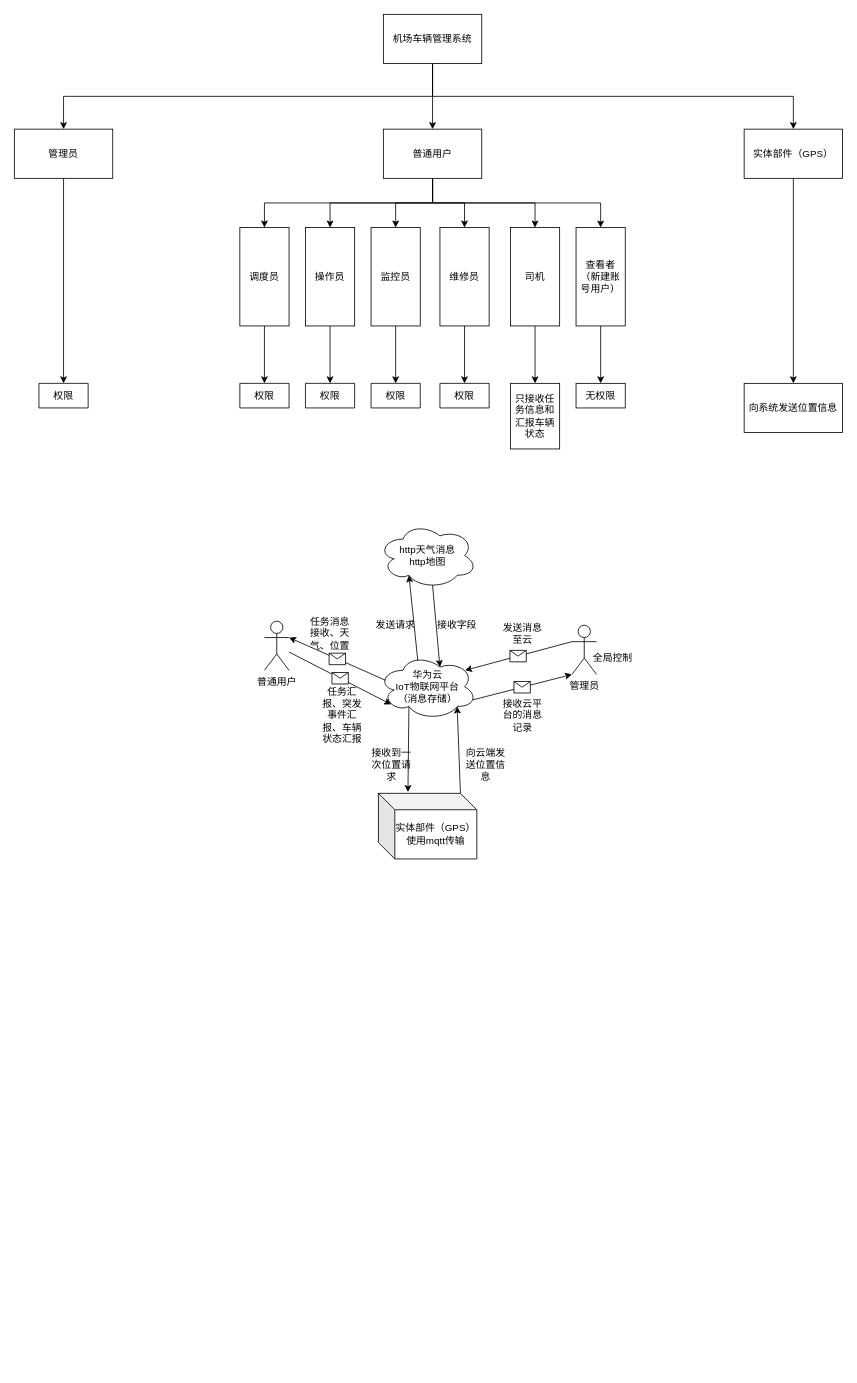
Above: 汽车管理系统位图.drawio in Corkedmzx/-airport-vehicle-system (draw.io), before the change. Source tidied: cells renumbered, new cells numbered last; positions are measured from the earlier drawing's top-left corner, leaving out a move shared by most shapes. Both pictures are drawn from the tidied source at 82%, with x=0, y=0 at pixel (14, 14).
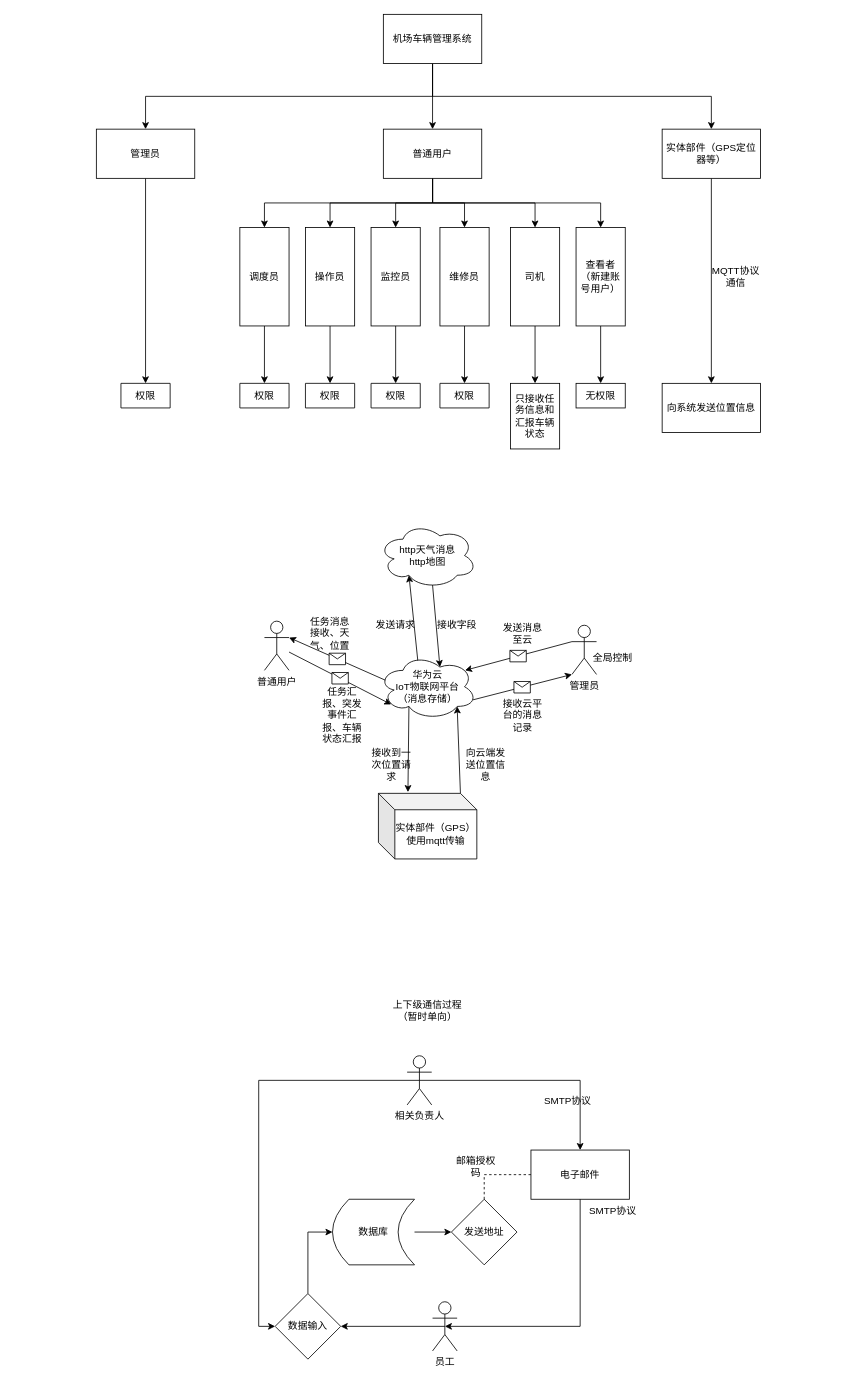
After the change.

Change to the diagram source:
```diff
@@
     <mxCell id="14" value="管理员" style="rounded=0;whiteSpace=wrap;html=1;" parent="1" vertex="1">
-      <mxGeometry y="140" width="120" height="60" as="geometry" />
+      <mxGeometry x="100" y="140" width="120" height="60" as="geometry" />
     </mxCell>
@@
-    <mxCell id="16" value="实体部件（GPS）" style="rounded=0;whiteSpace=wrap;html=1;" parent="1" vertex="1">
-      <mxGeometry x="890" y="140" width="120" height="60" as="geometry" />
+    <mxCell id="16" value="实体部件（GPS定位器等）" style="rounded=0;whiteSpace=wrap;html=1;" parent="1" vertex="1">
+      <mxGeometry x="790" y="140" width="120" height="60" as="geometry" />
     </mxCell>
@@
     <mxCell id="29" value="权限" style="swimlane;fontStyle=0;horizontal=1;startSize=30;whiteSpace=wrap;html=1;" parent="1" vertex="1" collapsed="1">
-      <mxGeometry x="30" y="450" width="60" height="30" as="geometry" />
+      <mxGeometry x="130" y="450" width="60" height="30" as="geometry" />
     </mxCell>
@@
     <mxCell id="36" value="向系统发送位置信息" style="rounded=0;whiteSpace=wrap;html=1;" parent="1" vertex="1">
-      <mxGeometry x="890" y="450" width="120" height="60" as="geometry" />
+      <mxGeometry x="790" y="450" width="120" height="60" as="geometry" />
     </mxCell>
@@
+    <mxCell id="63" style="edgeStyle=orthogonalEdgeStyle;rounded=0;jettySize=auto;html=1;exitX=0.5;exitY=0.5;exitDx=0;exitDy=0;exitPerimeter=0;entryX=0;entryY=0.5;entryDx=0;entryDy=0;" parent="1" edge="1" source="65" target="73">
+      <mxGeometry relative="1" as="geometry" />
+    </mxCell>
+    <mxCell id="64" style="edgeStyle=orthogonalEdgeStyle;rounded=0;jettySize=auto;html=1;exitX=0.5;exitY=0.5;exitDx=0;exitDy=0;exitPerimeter=0;" parent="1" edge="1" source="65" target="71">
+      <mxGeometry relative="1" as="geometry" />
+    </mxCell>
+    <mxCell id="65" value="相关负责人" style="shape=umlActor;verticalLabelPosition=bottom;verticalAlign=top;html=1;outlineConnect=0;" parent="1" vertex="1">
+      <mxGeometry x="479" y="1270" width="30" height="60" as="geometry" />
+    </mxCell>
+    <mxCell id="66" style="edgeStyle=orthogonalEdgeStyle;rounded=0;jettySize=auto;html=1;exitX=0.5;exitY=0.5;exitDx=0;exitDy=0;exitPerimeter=0;entryX=1;entryY=0.5;entryDx=0;entryDy=0;" parent="1" edge="1" source="67" target="73">
+      <mxGeometry relative="1" as="geometry" />
+    </mxCell>
+    <mxCell id="67" value="员工" style="shape=umlActor;verticalLabelPosition=bottom;verticalAlign=top;html=1;outlineConnect=0;" parent="1" vertex="1">
+      <mxGeometry x="510" y="1570" width="30" height="60" as="geometry" />
+    </mxCell>
+    <mxCell id="68" value="上下级通信过程（暂时单向）" style="text;html=1;whiteSpace=wrap;strokeColor=none;fillColor=none;align=center;verticalAlign=middle;rounded=0;" parent="1" vertex="1">
+      <mxGeometry x="454" y="1200" width="100" height="30" as="geometry" />
+    </mxCell>
+    <mxCell id="69" style="edgeStyle=orthogonalEdgeStyle;rounded=0;jettySize=auto;html=1;exitX=1;exitY=0.5;exitDx=0;exitDy=0;entryX=0;entryY=0.5;entryDx=0;entryDy=0;" parent="1" edge="1" source="70" target="76">
+      <mxGeometry relative="1" as="geometry" />
+    </mxCell>
+    <mxCell id="70" value="数据库" style="shape=dataStorage;whiteSpace=wrap;html=1;fixedSize=1;" parent="1" vertex="1">
+      <mxGeometry x="388" y="1445" width="100" height="80" as="geometry" />
+    </mxCell>
+    <mxCell id="71" value="电子邮件" style="rounded=0;whiteSpace=wrap;html=1;" parent="1" vertex="1">
+      <mxGeometry x="630" y="1385" width="120" height="60" as="geometry" />
+    </mxCell>
+    <mxCell id="72" style="edgeStyle=orthogonalEdgeStyle;rounded=0;jettySize=auto;html=1;exitX=0.5;exitY=0;exitDx=0;exitDy=0;entryX=0;entryY=0.5;entryDx=0;entryDy=0;" parent="1" edge="1" source="73" target="70">
+      <mxGeometry relative="1" as="geometry" />
+    </mxCell>
+    <mxCell id="73" value="数据输入" style="rhombus;whiteSpace=wrap;html=1;" parent="1" vertex="1">
+      <mxGeometry x="318" y="1560" width="80" height="80" as="geometry" />
+    </mxCell>
+    <mxCell id="74" value="SMTP协议" style="text;html=1;whiteSpace=wrap;strokeColor=none;fillColor=none;align=center;verticalAlign=middle;rounded=0;" parent="1" vertex="1">
+      <mxGeometry x="645" y="1310" width="60" height="30" as="geometry" />
+    </mxCell>
+    <mxCell id="75" value="SMTP协议" style="text;html=1;whiteSpace=wrap;strokeColor=none;fillColor=none;align=center;verticalAlign=middle;rounded=0;" parent="1" vertex="1">
+      <mxGeometry x="700" y="1445" width="60" height="30" as="geometry" />
+    </mxCell>
+    <mxCell id="76" value="发送地址" style="rhombus;whiteSpace=wrap;html=1;" parent="1" vertex="1">
+      <mxGeometry x="533" y="1445" width="80" height="80" as="geometry" />
+    </mxCell>
+    <mxCell id="77" style="edgeStyle=orthogonalEdgeStyle;rounded=0;jettySize=auto;html=1;exitX=0.5;exitY=1;exitDx=0;exitDy=0;entryX=0.5;entryY=0.5;entryDx=0;entryDy=0;entryPerimeter=0;" parent="1" edge="1" source="71" target="67">
+      <mxGeometry relative="1" as="geometry">
+        <Array as="points">
+          <mxPoint x="690" y="1600" />
+        </Array>
+      </mxGeometry>
+    </mxCell>
+    <mxCell id="78" value="MQTT协议通信" style="text;html=1;whiteSpace=wrap;strokeColor=none;fillColor=none;align=center;verticalAlign=middle;rounded=0;" parent="1" vertex="1">
+      <mxGeometry x="850" y="305" width="60" height="30" as="geometry" />
+    </mxCell>
+    <mxCell id="79" style="endArrow=none;dashed=1;html=1;rounded=0;exitX=0.5;exitY=0;exitDx=0;exitDy=0;entryX=0;entryY=0.5;entryDx=0;entryDy=0;" parent="1" edge="1" source="76" target="71">
+      <mxGeometry relative="1" as="geometry">
+        <Array as="points">
+          <mxPoint x="573" y="1415" />
+        </Array>
+      </mxGeometry>
+    </mxCell>
+    <mxCell id="80" value="邮箱授权码" style="text;html=1;whiteSpace=wrap;strokeColor=none;fillColor=none;align=center;verticalAlign=middle;rounded=0;" parent="1" vertex="1">
+      <mxGeometry x="533" y="1390" width="60" height="30" as="geometry" />
+    </mxCell>
```
